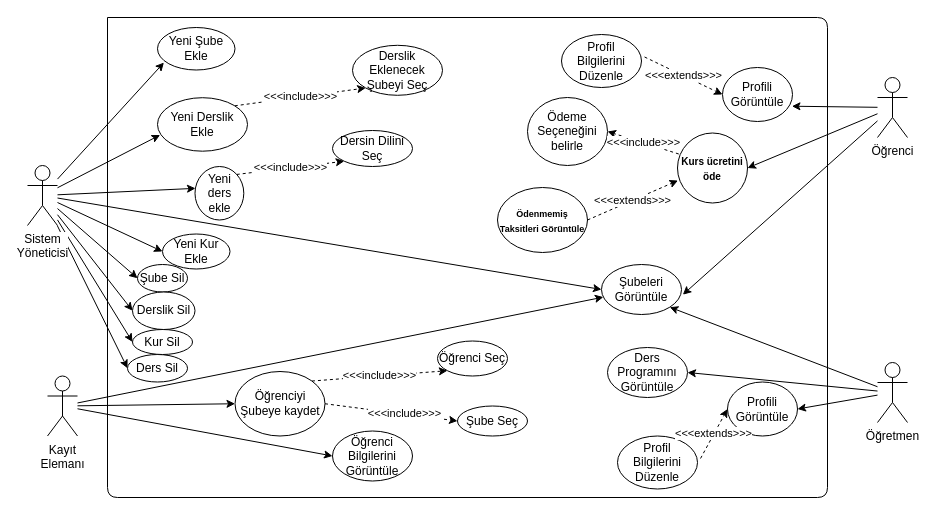
Before: page "Page-1" (1 of 3) of data/UML/usecaseeAndScenery.drawio in cnrkaya/Stardust_Course_Automation, a draw.io diagram. Source tidied: cells renumbered, new cells numbered last; positions are measured from the earlier drawing's top-left corner, leaving out a move shared by most shapes. Both pictures are drawn from the tidied source at 100%, with x=0, y=0 at pixel (27, 17).
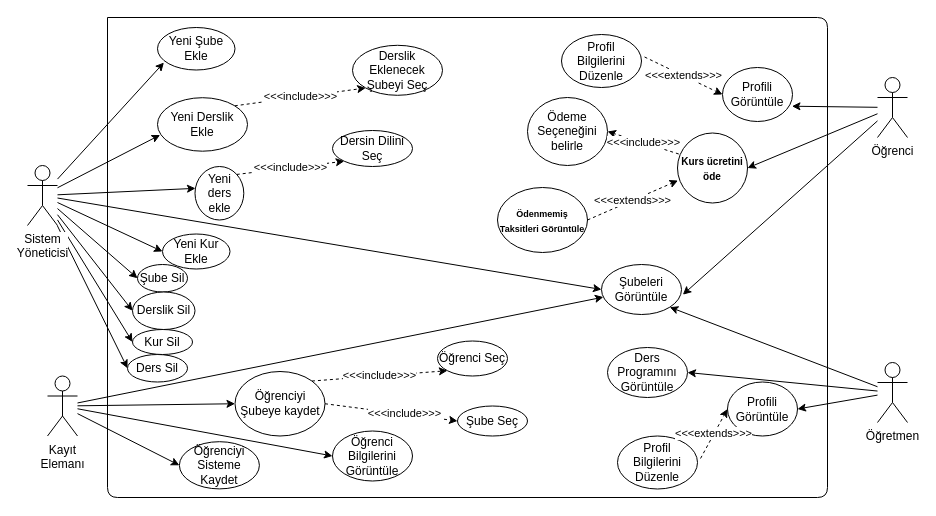
The same diagram, later.

Commit message:
Updated UseCase Diagram

The change refers to these unchanged cells:
```xml
<mxCell id="33" value="Kayıt&lt;br&gt;Elemanı" style="shape=umlActor;verticalLabelPosition=bottom;labelBackgroundColor=#ffffff;verticalAlign=top;html=1;outlineConnect=0;" parent="1" vertex="1">
  <mxGeometry x="20" y="358.5" width="30" height="60" as="geometry" />
</mxCell>
```

What changed in the source:
```diff
@@
+    <mxCell id="56" style="rounded=0;jettySize=auto;html=1;entryX=0;entryY=0.5;entryDx=0;entryDy=0;" parent="1" edge="1" source="33" target="57">
+      <mxGeometry relative="1" as="geometry" />
+    </mxCell>
@@
+    <mxCell id="57" value="Öğrenciyi Sisteme Kaydet" style="ellipse;whiteSpace=wrap;html=1;" parent="1" vertex="1">
+      <mxGeometry x="151.9" y="424.2" width="80" height="47.2" as="geometry" />
+    </mxCell>
```
